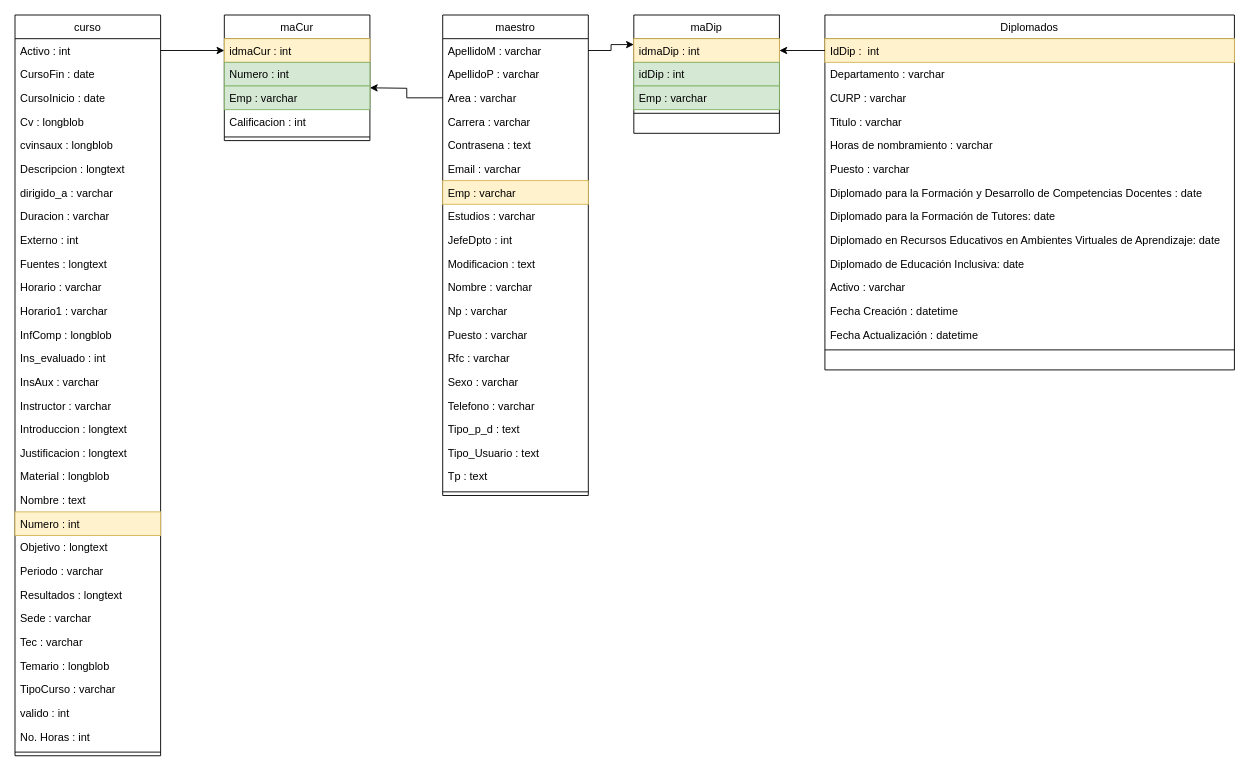
This is diseño bd/funciones.drawio from Axriuz/CD, a draw.io file, before an edit. Source tidied: cells renumbered, new cells numbered last; positions are measured from the earlier drawing's top-left corner, leaving out a move shared by most shapes. Both pictures are drawn from the tidied source at 91%, with x=0, y=0 at pixel (15, 15).
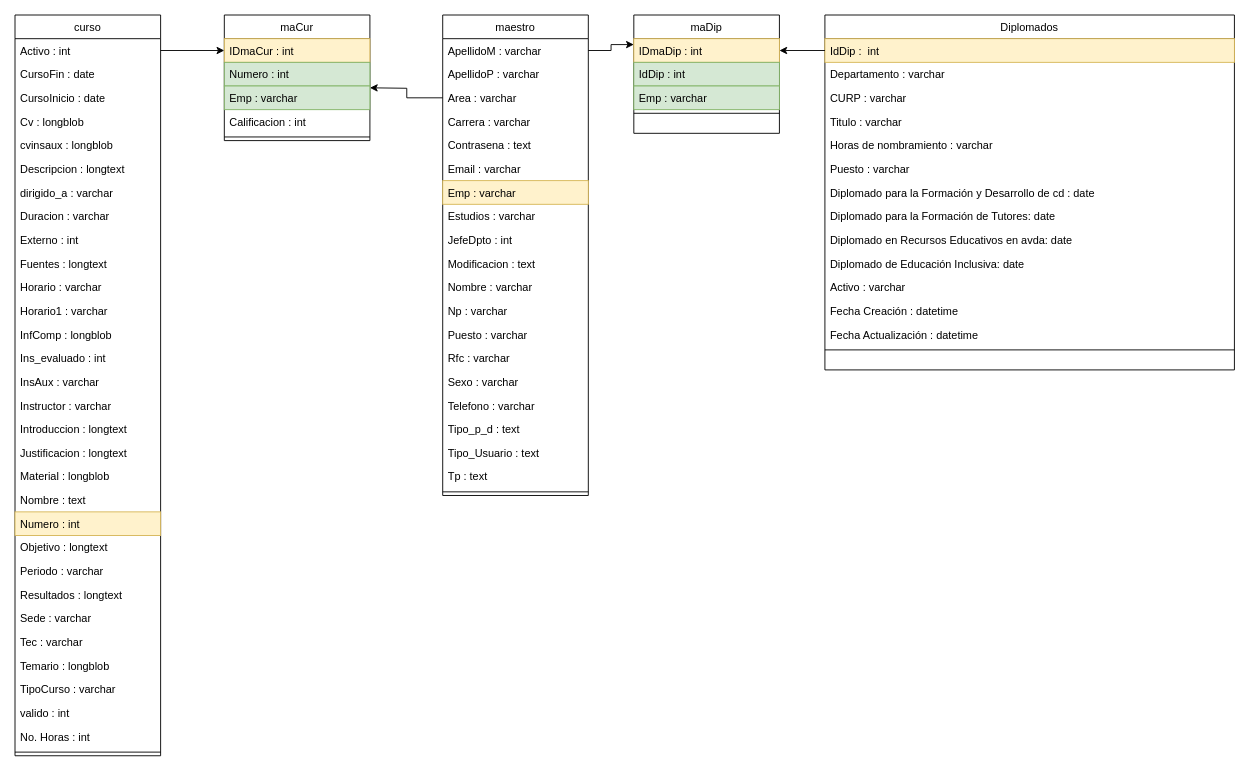
Above is the later version.

Unchanged cells that the change refers to:
```xml
<mxCell id="23" value="Diplomados" style="swimlane;fontStyle=0;align=center;verticalAlign=top;horizontal=1;startSize=26;rounded=0;shadow=0;strokeWidth=1;" parent="1" vertex="1">
  <mxGeometry x="890" width="450" height="390" as="geometry" />
</mxCell>
<mxCell id="38" value="maDip" style="swimlane;fontStyle=0;align=center;verticalAlign=top;horizontal=1;startSize=26;rounded=0;shadow=0;strokeWidth=1;" parent="1" vertex="1">
  <mxGeometry x="680" width="160" height="130" as="geometry" />
</mxCell>
<mxCell id="45" value="maCur" style="swimlane;fontStyle=0;align=center;verticalAlign=top;horizontal=1;startSize=26;rounded=0;shadow=0;strokeWidth=1;" parent="1" vertex="1">
  <mxGeometry x="230" width="160" height="138" as="geometry" />
</mxCell>
```

Change to the diagram source:
```diff
@@
-    <mxCell id="30" value="Diplomado para la Formación y Desarrollo de Competencias Docentes : date" style="text;align=left;verticalAlign=top;spacingLeft=4;spacingRight=4;overflow=hidden;rounded=0;shadow=0;html=0;labelBorderColor=none;labelBackgroundColor=none;" parent="23" vertex="1">
+    <mxCell id="30" value="Diplomado para la Formación y Desarrollo de cd : date" style="text;align=left;verticalAlign=top;spacingLeft=4;spacingRight=4;overflow=hidden;rounded=0;shadow=0;html=0;labelBorderColor=none;labelBackgroundColor=none;" parent="23" vertex="1">
       <mxGeometry y="182" width="450" height="26" as="geometry" />
     </mxCell>
@@
-    <mxCell id="32" value="Diplomado en Recursos Educativos en Ambientes Virtuales de Aprendizaje: date" style="text;align=left;verticalAlign=top;spacingLeft=4;spacingRight=4;overflow=hidden;rounded=0;shadow=0;html=0;labelBorderColor=none;labelBackgroundColor=none;" parent="23" vertex="1">
+    <mxCell id="32" value="Diplomado en Recursos Educativos en avda: date" style="text;align=left;verticalAlign=top;spacingLeft=4;spacingRight=4;overflow=hidden;rounded=0;shadow=0;html=0;labelBorderColor=none;labelBackgroundColor=none;" parent="23" vertex="1">
       <mxGeometry y="234" width="450" height="26" as="geometry" />
     </mxCell>
@@
-    <mxCell id="39" value="idmaDip : int" style="text;align=left;verticalAlign=top;spacingLeft=4;spacingRight=4;overflow=hidden;points=[[0,0.5],[1,0.5]];portConstraint=eastwest;rounded=0;shadow=0;html=0;labelBorderColor=none;labelBackgroundColor=none;fillColor=#fff2cc;strokeColor=#d6b656;" parent="38" vertex="1">
+    <mxCell id="39" value="IDmaDip : int" style="text;align=left;verticalAlign=top;spacingLeft=4;spacingRight=4;overflow=hidden;points=[[0,0.5],[1,0.5]];portConstraint=eastwest;rounded=0;shadow=0;html=0;labelBorderColor=none;labelBackgroundColor=none;fillColor=#fff2cc;strokeColor=#d6b656;" parent="38" vertex="1">
       <mxGeometry y="26" width="160" height="26" as="geometry" />
     </mxCell>
-    <mxCell id="40" value="idDip : int" style="text;align=left;verticalAlign=top;spacingLeft=4;spacingRight=4;overflow=hidden;rounded=0;shadow=0;html=0;labelBorderColor=none;labelBackgroundColor=none;fillColor=#d5e8d4;strokeColor=#82b366;" parent="38" vertex="1">
+    <mxCell id="40" value="IdDip : int" style="text;align=left;verticalAlign=top;spacingLeft=4;spacingRight=4;overflow=hidden;rounded=0;shadow=0;html=0;labelBorderColor=none;labelBackgroundColor=none;fillColor=#d5e8d4;strokeColor=#82b366;" parent="38" vertex="1">
       <mxGeometry y="52" width="160" height="26" as="geometry" />
     </mxCell>
@@
-    <mxCell id="46" value="idmaCur : int" style="text;align=left;verticalAlign=top;spacingLeft=4;spacingRight=4;overflow=hidden;points=[[0,0.5],[1,0.5]];portConstraint=eastwest;rounded=0;shadow=0;html=0;labelBorderColor=none;labelBackgroundColor=none;fillColor=#fff2cc;strokeColor=#d6b656;" parent="45" vertex="1">
+    <mxCell id="46" value="IDmaCur : int" style="text;align=left;verticalAlign=top;spacingLeft=4;spacingRight=4;overflow=hidden;points=[[0,0.5],[1,0.5]];portConstraint=eastwest;rounded=0;shadow=0;html=0;labelBorderColor=none;labelBackgroundColor=none;fillColor=#fff2cc;strokeColor=#d6b656;" parent="45" vertex="1">
       <mxGeometry y="26" width="160" height="26" as="geometry" />
     </mxCell>
```
